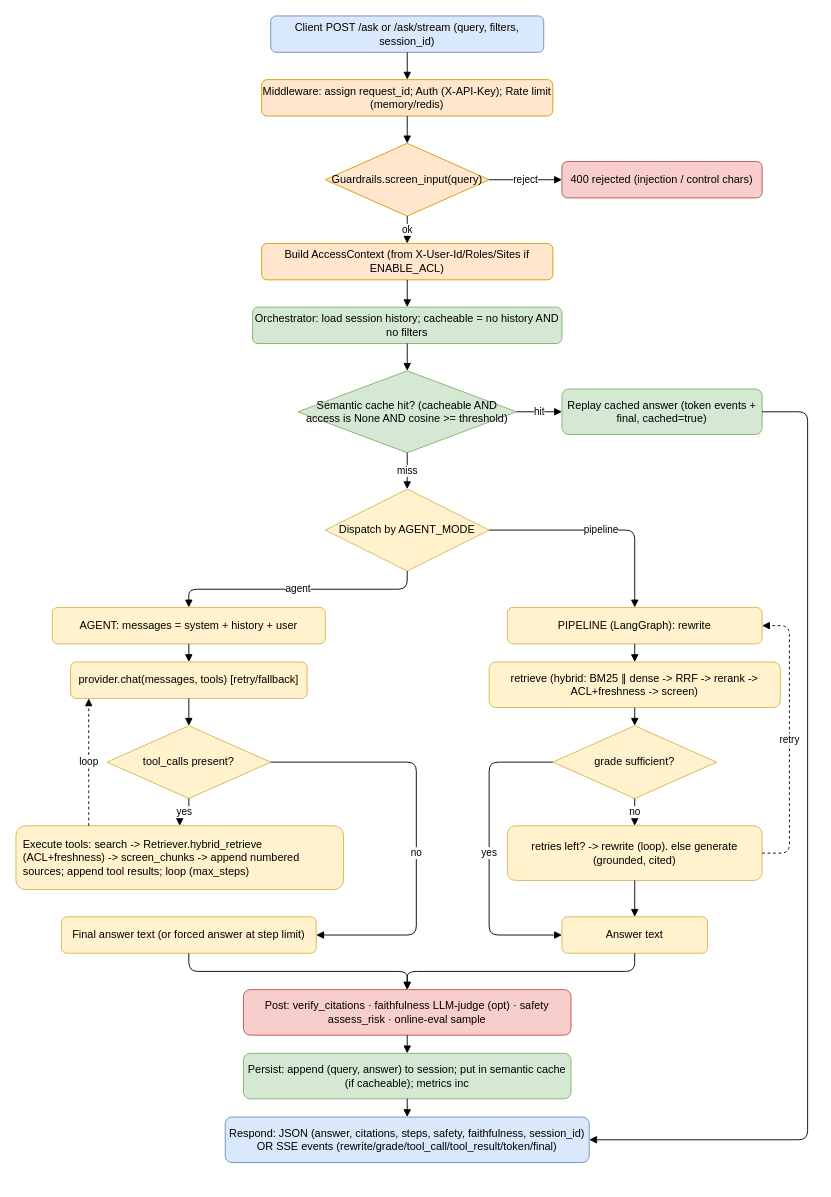
Before: page "LLD - Query Flow" (1 of 2) of docs/design/lld.drawio in Nirmalnk05/rag_project, a draw.io diagram. Source tidied: cells renumbered, new cells numbered last; positions are measured from the earlier drawing's top-left corner, leaving out a move shared by most shapes. Both pictures are drawn from the tidied source at 91%, with x=0, y=0 at pixel (15, 15).
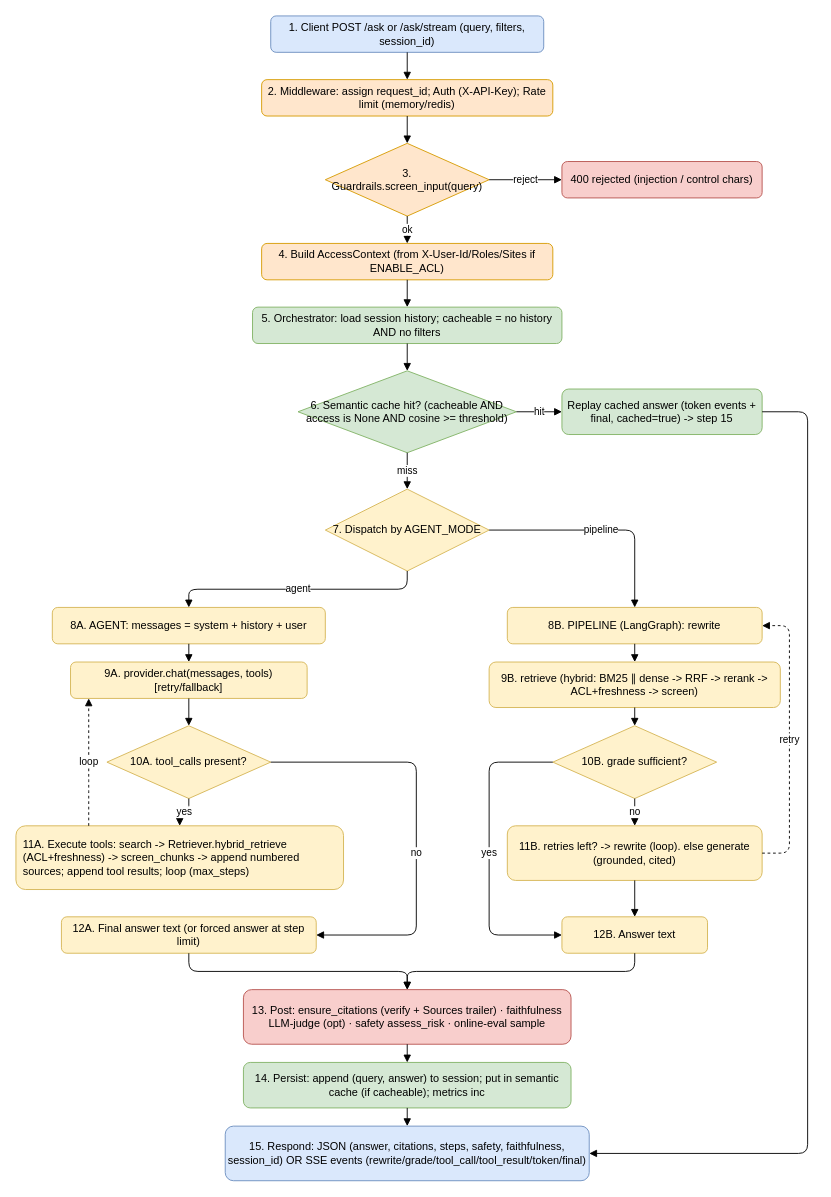
The same diagram, later.

The edit, as a diff of the source:
```diff
@@
-    <mxCell id="2" value="Client POST /ask or /ask/stream (query, filters, session_id)" style="rounded=1;whiteSpace=wrap;html=1;fillColor=#dae8fc;strokeColor=#6c8ebf;" parent="1" vertex="1">
+    <mxCell id="2" value="1. Client POST /ask or /ask/stream (query, filters, session_id)" style="rounded=1;whiteSpace=wrap;html=1;fillColor=#dae8fc;strokeColor=#6c8ebf;" parent="1" vertex="1">
       <mxGeometry x="280" width="300" height="40" as="geometry" />
     </mxCell>
-    <mxCell id="3" value="Middleware: assign request_id; Auth (X-API-Key); Rate limit (memory/redis)" style="rounded=1;whiteSpace=wrap;html=1;fillColor=#ffe6cc;strokeColor=#d79b00;" parent="1" vertex="1">
+    <mxCell id="3" value="2. Middleware: assign request_id; Auth (X-API-Key); Rate limit (memory/redis)" style="rounded=1;whiteSpace=wrap;html=1;fillColor=#ffe6cc;strokeColor=#d79b00;" parent="1" vertex="1">
       <mxGeometry x="270" y="70" width="320" height="40" as="geometry" />
     </mxCell>
-    <mxCell id="4" value="Guardrails.screen_input(query)" style="rhombus;whiteSpace=wrap;html=1;fillColor=#ffe6cc;strokeColor=#d79b00;" parent="1" vertex="1">
+    <mxCell id="4" value="3. Guardrails.screen_input(query)" style="rhombus;whiteSpace=wrap;html=1;fillColor=#ffe6cc;strokeColor=#d79b00;" parent="1" vertex="1">
       <mxGeometry x="340" y="140" width="180" height="80" as="geometry" />
     </mxCell>
@@
-    <mxCell id="6" value="Build AccessContext (from X-User-Id/Roles/Sites if ENABLE_ACL)" style="rounded=1;whiteSpace=wrap;html=1;fillColor=#ffe6cc;strokeColor=#d79b00;" parent="1" vertex="1">
+    <mxCell id="6" value="4. Build AccessContext (from X-User-Id/Roles/Sites if ENABLE_ACL)" style="rounded=1;whiteSpace=wrap;html=1;fillColor=#ffe6cc;strokeColor=#d79b00;" parent="1" vertex="1">
       <mxGeometry x="270" y="250" width="320" height="40" as="geometry" />
     </mxCell>
-    <mxCell id="7" value="Orchestrator: load session history; cacheable = no history AND no filters" style="rounded=1;whiteSpace=wrap;html=1;fillColor=#d5e8d4;strokeColor=#82b366;" parent="1" vertex="1">
+    <mxCell id="7" value="5. Orchestrator: load session history; cacheable = no history AND no filters" style="rounded=1;whiteSpace=wrap;html=1;fillColor=#d5e8d4;strokeColor=#82b366;" parent="1" vertex="1">
       <mxGeometry x="260" y="320" width="340" height="40" as="geometry" />
     </mxCell>
-    <mxCell id="8" value="Semantic cache hit? (cacheable AND access is None AND cosine &gt;= threshold)" style="rhombus;whiteSpace=wrap;html=1;fillColor=#d5e8d4;strokeColor=#82b366;" parent="1" vertex="1">
+    <mxCell id="8" value="6. Semantic cache hit? (cacheable AND access is None AND cosine &gt;= threshold)" style="rhombus;whiteSpace=wrap;html=1;fillColor=#d5e8d4;strokeColor=#82b366;" parent="1" vertex="1">
       <mxGeometry x="310" y="390" width="240" height="90" as="geometry" />
     </mxCell>
-    <mxCell id="9" value="Replay cached answer (token events + final, cached=true)" style="rounded=1;whiteSpace=wrap;html=1;fillColor=#d5e8d4;strokeColor=#82b366;" parent="1" vertex="1">
+    <mxCell id="9" value="Replay cached answer (token events + final, cached=true) -&gt; step 15" style="rounded=1;whiteSpace=wrap;html=1;fillColor=#d5e8d4;strokeColor=#82b366;" parent="1" vertex="1">
       <mxGeometry x="600" y="410" width="220" height="50" as="geometry" />
     </mxCell>
-    <mxCell id="10" value="Dispatch by AGENT_MODE" style="rhombus;whiteSpace=wrap;html=1;fillColor=#fff2cc;strokeColor=#d6b656;" parent="1" vertex="1">
+    <mxCell id="10" value="7. Dispatch by AGENT_MODE" style="rhombus;whiteSpace=wrap;html=1;fillColor=#fff2cc;strokeColor=#d6b656;" parent="1" vertex="1">
       <mxGeometry x="340" y="520" width="180" height="90" as="geometry" />
     </mxCell>
-    <mxCell id="11" value="AGENT: messages = system + history + user" style="rounded=1;whiteSpace=wrap;html=1;fillColor=#fff2cc;strokeColor=#d6b656;" parent="1" vertex="1">
+    <mxCell id="11" value="8A. AGENT: messages = system + history + user" style="rounded=1;whiteSpace=wrap;html=1;fillColor=#fff2cc;strokeColor=#d6b656;" parent="1" vertex="1">
       <mxGeometry x="40" y="650" width="300" height="40" as="geometry" />
     </mxCell>
-    <mxCell id="12" value="provider.chat(messages, tools) [retry/fallback]" style="rounded=1;whiteSpace=wrap;html=1;fillColor=#fff2cc;strokeColor=#d6b656;" parent="1" vertex="1">
+    <mxCell id="12" value="9A. provider.chat(messages, tools) [retry/fallback]" style="rounded=1;whiteSpace=wrap;html=1;fillColor=#fff2cc;strokeColor=#d6b656;" parent="1" vertex="1">
       <mxGeometry x="60" y="710" width="260" height="40" as="geometry" />
     </mxCell>
-    <mxCell id="13" value="tool_calls present?" style="rhombus;whiteSpace=wrap;html=1;fillColor=#fff2cc;strokeColor=#d6b656;" parent="1" vertex="1">
+    <mxCell id="13" value="10A. tool_calls present?" style="rhombus;whiteSpace=wrap;html=1;fillColor=#fff2cc;strokeColor=#d6b656;" parent="1" vertex="1">
       <mxGeometry x="100" y="780" width="180" height="80" as="geometry" />
     </mxCell>
-    <mxCell id="14" value="Execute tools: search -&gt; Retriever.hybrid_retrieve (ACL+freshness) -&gt; screen_chunks -&gt; append numbered sources; append tool results; loop (max_steps)" style="rounded=1;whiteSpace=wrap;html=1;align=left;fillColor=#fff2cc;strokeColor=#d6b656;spacingLeft=6;" parent="1" vertex="1">
+    <mxCell id="14" value="11A. Execute tools: search -&gt; Retriever.hybrid_retrieve (ACL+freshness) -&gt; screen_chunks -&gt; append numbered sources; append tool results; loop (max_steps)" style="rounded=1;whiteSpace=wrap;html=1;align=left;fillColor=#fff2cc;strokeColor=#d6b656;spacingLeft=6;" parent="1" vertex="1">
       <mxGeometry y="890" width="360" height="70" as="geometry" />
     </mxCell>
-    <mxCell id="15" value="Final answer text (or forced answer at step limit)" style="rounded=1;whiteSpace=wrap;html=1;fillColor=#fff2cc;strokeColor=#d6b656;" parent="1" vertex="1">
+    <mxCell id="15" value="12A. Final answer text (or forced answer at step limit)" style="rounded=1;whiteSpace=wrap;html=1;fillColor=#fff2cc;strokeColor=#d6b656;" parent="1" vertex="1">
       <mxGeometry x="50" y="990" width="280" height="40" as="geometry" />
     </mxCell>
-    <mxCell id="16" value="PIPELINE (LangGraph): rewrite" style="rounded=1;whiteSpace=wrap;html=1;fillColor=#fff2cc;strokeColor=#d6b656;" parent="1" vertex="1">
+    <mxCell id="16" value="8B. PIPELINE (LangGraph): rewrite" style="rounded=1;whiteSpace=wrap;html=1;fillColor=#fff2cc;strokeColor=#d6b656;" parent="1" vertex="1">
       <mxGeometry x="540" y="650" width="280" height="40" as="geometry" />
     </mxCell>
-    <mxCell id="17" value="retrieve (hybrid: BM25 ∥ dense -&gt; RRF -&gt; rerank -&gt; ACL+freshness -&gt; screen)" style="rounded=1;whiteSpace=wrap;html=1;fillColor=#fff2cc;strokeColor=#d6b656;" parent="1" vertex="1">
+    <mxCell id="17" value="9B. retrieve (hybrid: BM25 ∥ dense -&gt; RRF -&gt; rerank -&gt; ACL+freshness -&gt; screen)" style="rounded=1;whiteSpace=wrap;html=1;fillColor=#fff2cc;strokeColor=#d6b656;" parent="1" vertex="1">
       <mxGeometry x="520" y="710" width="320" height="50" as="geometry" />
     </mxCell>
-    <mxCell id="18" value="grade sufficient?" style="rhombus;whiteSpace=wrap;html=1;fillColor=#fff2cc;strokeColor=#d6b656;" parent="1" vertex="1">
+    <mxCell id="18" value="10B. grade sufficient?" style="rhombus;whiteSpace=wrap;html=1;fillColor=#fff2cc;strokeColor=#d6b656;" parent="1" vertex="1">
       <mxGeometry x="590" y="780" width="180" height="80" as="geometry" />
     </mxCell>
-    <mxCell id="19" value="retries left? -&gt; rewrite (loop). else generate (grounded, cited)" style="rounded=1;whiteSpace=wrap;html=1;fillColor=#fff2cc;strokeColor=#d6b656;" parent="1" vertex="1">
+    <mxCell id="19" value="11B. retries left? -&gt; rewrite (loop). else generate (grounded, cited)" style="rounded=1;whiteSpace=wrap;html=1;fillColor=#fff2cc;strokeColor=#d6b656;" parent="1" vertex="1">
       <mxGeometry x="540" y="890" width="280" height="60" as="geometry" />
     </mxCell>
-    <mxCell id="20" value="Answer text" style="rounded=1;whiteSpace=wrap;html=1;fillColor=#fff2cc;strokeColor=#d6b656;" parent="1" vertex="1">
+    <mxCell id="20" value="12B. Answer text" style="rounded=1;whiteSpace=wrap;html=1;fillColor=#fff2cc;strokeColor=#d6b656;" parent="1" vertex="1">
       <mxGeometry x="600" y="990" width="160" height="40" as="geometry" />
     </mxCell>
-    <mxCell id="21" value="Post: verify_citations · faithfulness LLM-judge (opt) · safety assess_risk · online-eval sample" style="rounded=1;whiteSpace=wrap;html=1;fillColor=#f8cecc;strokeColor=#b85450;" parent="1" vertex="1">
-      <mxGeometry x="250" y="1070" width="360" height="50" as="geometry" />
+    <mxCell id="21" value="13. Post: ensure_citations (verify + Sources trailer) · faithfulness LLM-judge (opt) · safety assess_risk · online-eval sample" style="rounded=1;whiteSpace=wrap;html=1;fillColor=#f8cecc;strokeColor=#b85450;" parent="1" vertex="1">
+      <mxGeometry x="250" y="1070" width="360" height="60" as="geometry" />
     </mxCell>
-    <mxCell id="22" value="Persist: append (query, answer) to session; put in semantic cache (if cacheable); metrics inc" style="rounded=1;whiteSpace=wrap;html=1;fillColor=#d5e8d4;strokeColor=#82b366;" parent="1" vertex="1">
-      <mxGeometry x="250" y="1140" width="360" height="50" as="geometry" />
+    <mxCell id="22" value="14. Persist: append (query, answer) to session; put in semantic cache (if cacheable); metrics inc" style="rounded=1;whiteSpace=wrap;html=1;fillColor=#d5e8d4;strokeColor=#82b366;" parent="1" vertex="1">
+      <mxGeometry x="250" y="1150" width="360" height="50" as="geometry" />
     </mxCell>
-    <mxCell id="23" value="Respond: JSON (answer, citations, steps, safety, faithfulness, session_id) OR SSE events (rewrite/grade/tool_call/tool_result/token/final)" style="rounded=1;whiteSpace=wrap;html=1;fillColor=#dae8fc;strokeColor=#6c8ebf;" parent="1" vertex="1">
-      <mxGeometry x="230" y="1210" width="400" height="50" as="geometry" />
+    <mxCell id="23" value="15. Respond: JSON (answer, citations, steps, safety, faithfulness, session_id) OR SSE events (rewrite/grade/tool_call/tool_result/token/final)" style="rounded=1;whiteSpace=wrap;html=1;fillColor=#dae8fc;strokeColor=#6c8ebf;" parent="1" vertex="1">
+      <mxGeometry x="230" y="1220" width="400" height="60" as="geometry" />
     </mxCell>
@@
     <mxCell id="49" style="edgeStyle=orthogonalEdgeStyle;html=1;endArrow=block;" parent="1" edge="1" source="9" target="23">
       <mxGeometry relative="1" as="geometry">
         <Array as="points">
           <mxPoint x="870" y="435" />
-          <mxPoint x="870" y="1235" />
+          <mxPoint x="870" y="1250" />
         </Array>
       </mxGeometry>
     </mxCell>
```
